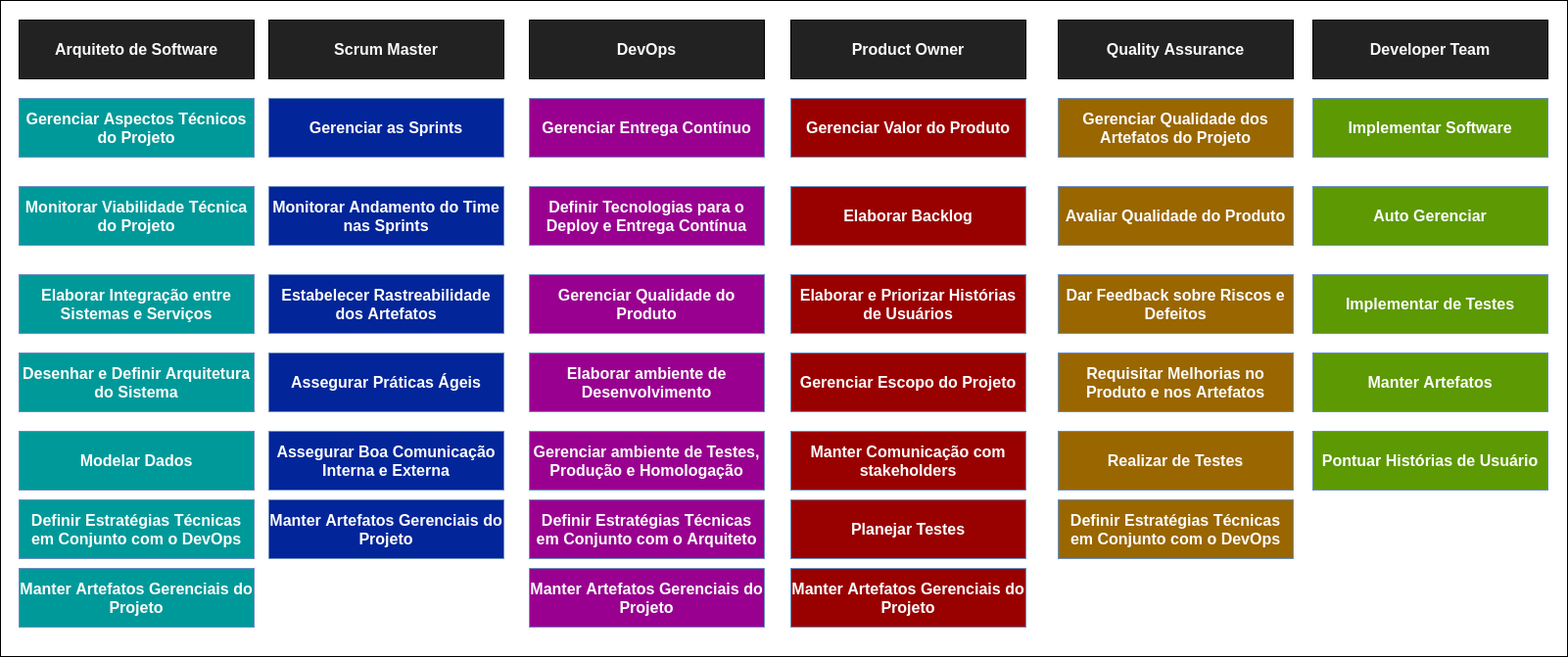
Before: docs/roadmaps/roles/roadmap_roles.png, a diagram exported from draw.io (fga-eps-mds/2020.1-Grupo6). Source tidied: cells renumbered, new cells last; positions are measured from the earlier drawing's top-left corner, leaving out a move shared by most shapes. The source it was exported from:
```xml
<mxGraphModel>
  <root>
    <mxCell id="0" />
    <mxCell id="1" parent="0" />
    <mxCell id="2" style="rounded=0;whiteSpace=wrap;html=1;fontSize=16;fontColor=#FCFCFC;fillColor=#FFFFFF;" parent="1" vertex="1">
      <mxGeometry width="1600" height="670" as="geometry" />
    </mxCell>
    <mxCell id="3" value="Arquiteto de Software" style="rounded=0;whiteSpace=wrap;html=1;fillColor=#222222;fontColor=#FAFAFA;fontStyle=1;fontSize=16;" parent="1" vertex="1">
      <mxGeometry x="19" y="20" width="240" height="60" as="geometry" />
    </mxCell>
    <mxCell id="4" value="Gerenciar Aspectos Técnicos do Projeto" style="rounded=0;whiteSpace=wrap;html=1;fontStyle=1;fontSize=16;strokeColor=#6c8ebf;fillColor=#009999;fontColor=#FCFCFC;" parent="1" vertex="1">
      <mxGeometry x="19" y="100" width="240" height="60" as="geometry" />
    </mxCell>
    <mxCell id="5" value="Monitorar Viabilidade Técnica do Projeto" style="rounded=0;whiteSpace=wrap;html=1;fontStyle=1;fontSize=16;strokeColor=#6c8ebf;fillColor=#009999;fontColor=#FCFCFC;" parent="1" vertex="1">
      <mxGeometry x="19" y="190" width="240" height="60" as="geometry" />
    </mxCell>
    <mxCell id="6" value="Elaborar Integração entre Sistemas e Serviços" style="rounded=0;whiteSpace=wrap;html=1;fontStyle=1;fontSize=16;strokeColor=#6c8ebf;fillColor=#009999;fontColor=#FCFCFC;" parent="1" vertex="1">
      <mxGeometry x="19" y="280" width="240" height="60" as="geometry" />
    </mxCell>
    <mxCell id="7" value="Desenhar e Definir Arquitetura do Sistema" style="rounded=0;whiteSpace=wrap;html=1;fontStyle=1;fontSize=16;strokeColor=#6c8ebf;fillColor=#009999;fontColor=#FCFCFC;" parent="1" vertex="1">
      <mxGeometry x="19" y="360" width="240" height="60" as="geometry" />
    </mxCell>
    <mxCell id="8" value="Definir Estratégias Técnicas em Conjunto com o DevOps" style="rounded=0;whiteSpace=wrap;html=1;fontStyle=1;fontSize=16;strokeColor=#6c8ebf;fillColor=#009999;fontColor=#FCFCFC;" parent="1" vertex="1">
      <mxGeometry x="19" y="510" width="240" height="60" as="geometry" />
    </mxCell>
    <mxCell id="9" value="Scrum Master" style="rounded=0;whiteSpace=wrap;html=1;fillColor=#222222;fontColor=#FAFAFA;fontStyle=1;fontSize=16;" parent="1" vertex="1">
      <mxGeometry x="274" y="20" width="240" height="60" as="geometry" />
    </mxCell>
    <mxCell id="10" value="Gerenciar as Sprints" style="rounded=0;whiteSpace=wrap;html=1;fontStyle=1;fontSize=16;strokeColor=#6c8ebf;fontColor=#FCFCFC;fillColor=#022599;" parent="1" vertex="1">
      <mxGeometry x="274" y="100" width="240" height="60" as="geometry" />
    </mxCell>
    <mxCell id="11" value="Monitorar Andamento do Time nas Sprints" style="rounded=0;whiteSpace=wrap;html=1;fontStyle=1;fontSize=16;strokeColor=#6c8ebf;fontColor=#FCFCFC;fillColor=#022599;" parent="1" vertex="1">
      <mxGeometry x="274" y="190" width="240" height="60" as="geometry" />
    </mxCell>
    <mxCell id="12" value="Estabelecer Rastreabilidade dos Artefatos" style="rounded=0;whiteSpace=wrap;html=1;fontStyle=1;fontSize=16;strokeColor=#6c8ebf;fontColor=#FCFCFC;fillColor=#022599;" parent="1" vertex="1">
      <mxGeometry x="274" y="280" width="240" height="60" as="geometry" />
    </mxCell>
    <mxCell id="13" value="Assegurar Práticas Ágeis" style="rounded=0;whiteSpace=wrap;html=1;fontStyle=1;fontSize=16;strokeColor=#6c8ebf;fontColor=#FCFCFC;fillColor=#022599;" parent="1" vertex="1">
      <mxGeometry x="274" y="360" width="240" height="60" as="geometry" />
    </mxCell>
    <mxCell id="14" value="Assegurar Boa Comunicação Interna e Externa" style="rounded=0;whiteSpace=wrap;html=1;fontStyle=1;fontSize=16;strokeColor=#6c8ebf;fontColor=#FCFCFC;fillColor=#022599;" parent="1" vertex="1">
      <mxGeometry x="274" y="440" width="240" height="60" as="geometry" />
    </mxCell>
    <mxCell id="15" value="Manter Artefatos Gerenciais do Projeto" style="rounded=0;whiteSpace=wrap;html=1;fontStyle=1;fontSize=16;strokeColor=#6c8ebf;fontColor=#FCFCFC;fillColor=#022599;" parent="1" vertex="1">
      <mxGeometry x="274" y="510" width="240" height="60" as="geometry" />
    </mxCell>
    <mxCell id="16" value="DevOps" style="rounded=0;whiteSpace=wrap;html=1;fillColor=#222222;fontColor=#FAFAFA;fontStyle=1;fontSize=16;" parent="1" vertex="1">
      <mxGeometry x="540" y="20" width="240" height="60" as="geometry" />
    </mxCell>
    <mxCell id="17" value="Gerenciar Entrega Contínuo" style="rounded=0;whiteSpace=wrap;html=1;fontStyle=1;fontSize=16;strokeColor=#6c8ebf;fontColor=#FCFCFC;fillColor=#99008F;" parent="1" vertex="1">
      <mxGeometry x="540" y="100" width="240" height="60" as="geometry" />
    </mxCell>
    <mxCell id="18" value="Definir Tecnologias para o Deploy e Entrega Contínua" style="rounded=0;whiteSpace=wrap;html=1;fontStyle=1;fontSize=16;strokeColor=#6c8ebf;fontColor=#FCFCFC;fillColor=#99008F;" parent="1" vertex="1">
      <mxGeometry x="540" y="190" width="240" height="60" as="geometry" />
    </mxCell>
    <mxCell id="19" value="Gerenciar Qualidade do Produto" style="rounded=0;whiteSpace=wrap;html=1;fontStyle=1;fontSize=16;strokeColor=#6c8ebf;fontColor=#FCFCFC;fillColor=#99008F;" parent="1" vertex="1">
      <mxGeometry x="540" y="280" width="240" height="60" as="geometry" />
    </mxCell>
    <mxCell id="20" value="Elaborar ambiente de Desenvolvimento" style="rounded=0;whiteSpace=wrap;html=1;fontStyle=1;fontSize=16;strokeColor=#6c8ebf;fontColor=#FCFCFC;fillColor=#99008F;" parent="1" vertex="1">
      <mxGeometry x="540" y="360" width="240" height="60" as="geometry" />
    </mxCell>
    <mxCell id="21" value="Gerenciar ambiente de Testes, Produção e Homologação" style="rounded=0;whiteSpace=wrap;html=1;fontStyle=1;fontSize=16;strokeColor=#6c8ebf;fontColor=#FCFCFC;fillColor=#99008F;" parent="1" vertex="1">
      <mxGeometry x="540" y="440" width="240" height="60" as="geometry" />
    </mxCell>
    <mxCell id="22" value="Definir Estratégias Técnicas em Conjunto com o Arquiteto" style="rounded=0;whiteSpace=wrap;html=1;fontStyle=1;fontSize=16;strokeColor=#6c8ebf;fontColor=#FCFCFC;fillColor=#99008F;" parent="1" vertex="1">
      <mxGeometry x="540" y="510" width="240" height="60" as="geometry" />
    </mxCell>
    <mxCell id="23" value="Product Owner" style="rounded=0;whiteSpace=wrap;html=1;fillColor=#222222;fontColor=#FAFAFA;fontStyle=1;fontSize=16;" parent="1" vertex="1">
      <mxGeometry x="807" y="20" width="240" height="60" as="geometry" />
    </mxCell>
    <mxCell id="24" value="Elaborar Backlog" style="rounded=0;whiteSpace=wrap;html=1;fontStyle=1;fontSize=16;strokeColor=#6c8ebf;fontColor=#FCFCFC;fillColor=#990000;" parent="1" vertex="1">
      <mxGeometry x="807" y="190" width="240" height="60" as="geometry" />
    </mxCell>
    <mxCell id="25" value="Gerenciar Valor do Produto" style="rounded=0;whiteSpace=wrap;html=1;fontStyle=1;fontSize=16;strokeColor=#6c8ebf;fontColor=#FCFCFC;fillColor=#990000;" parent="1" vertex="1">
      <mxGeometry x="807" y="100" width="240" height="60" as="geometry" />
    </mxCell>
    <mxCell id="26" value="Modelar Dados" style="rounded=0;whiteSpace=wrap;html=1;fontStyle=1;fontSize=16;strokeColor=#6c8ebf;fillColor=#009999;fontColor=#FCFCFC;" parent="1" vertex="1">
      <mxGeometry x="19" y="440" width="240" height="60" as="geometry" />
    </mxCell>
    <mxCell id="27" value="Elaborar e Priorizar Histórias de Usuários" style="rounded=0;whiteSpace=wrap;html=1;fontStyle=1;fontSize=16;strokeColor=#6c8ebf;fontColor=#FCFCFC;fillColor=#990000;" parent="1" vertex="1">
      <mxGeometry x="807" y="280" width="240" height="60" as="geometry" />
    </mxCell>
    <mxCell id="28" value="Gerenciar Escopo do Projeto" style="rounded=0;whiteSpace=wrap;html=1;fontStyle=1;fontSize=16;strokeColor=#6c8ebf;fontColor=#FCFCFC;fillColor=#990000;" parent="1" vertex="1">
      <mxGeometry x="807" y="360" width="240" height="60" as="geometry" />
    </mxCell>
    <mxCell id="29" value="Manter Comunicação com stakeholders" style="rounded=0;whiteSpace=wrap;html=1;fontStyle=1;fontSize=16;strokeColor=#6c8ebf;fontColor=#FCFCFC;fillColor=#990000;" parent="1" vertex="1">
      <mxGeometry x="807" y="440" width="240" height="60" as="geometry" />
    </mxCell>
    <mxCell id="30" value="Planejar Testes" style="rounded=0;whiteSpace=wrap;html=1;fontStyle=1;fontSize=16;strokeColor=#6c8ebf;fontColor=#FCFCFC;fillColor=#990000;" parent="1" vertex="1">
      <mxGeometry x="807" y="510" width="240" height="60" as="geometry" />
    </mxCell>
    <mxCell id="31" value="Manter Artefatos Gerenciais do Projeto" style="rounded=0;whiteSpace=wrap;html=1;fontStyle=1;fontSize=16;strokeColor=#6c8ebf;fontColor=#FCFCFC;fillColor=#99008F;" parent="1" vertex="1">
      <mxGeometry x="540" y="580" width="240" height="60" as="geometry" />
    </mxCell>
    <mxCell id="32" value="Manter Artefatos Gerenciais do Projeto" style="rounded=0;whiteSpace=wrap;html=1;fontStyle=1;fontSize=16;strokeColor=#6c8ebf;fontColor=#FCFCFC;fillColor=#990000;" parent="1" vertex="1">
      <mxGeometry x="807" y="580" width="240" height="60" as="geometry" />
    </mxCell>
    <mxCell id="33" value="Manter Artefatos Gerenciais do Projeto" style="rounded=0;whiteSpace=wrap;html=1;fontStyle=1;fontSize=16;strokeColor=#6c8ebf;fillColor=#009999;fontColor=#FCFCFC;" parent="1" vertex="1">
      <mxGeometry x="19" y="580" width="240" height="60" as="geometry" />
    </mxCell>
    <mxCell id="34" value="Quality Assurance" style="rounded=0;whiteSpace=wrap;html=1;fillColor=#222222;fontColor=#FAFAFA;fontStyle=1;fontSize=16;" parent="1" vertex="1">
      <mxGeometry x="1080" y="20" width="240" height="60" as="geometry" />
    </mxCell>
    <mxCell id="35" value="Gerenciar Qualidade dos Artefatos do Projeto" style="rounded=0;whiteSpace=wrap;html=1;fontStyle=1;fontSize=16;strokeColor=#6c8ebf;fontColor=#FCFCFC;fillColor=#996600;" parent="1" vertex="1">
      <mxGeometry x="1080" y="100" width="240" height="60" as="geometry" />
    </mxCell>
    <mxCell id="36" value="Avaliar Qualidade do Produto" style="rounded=0;whiteSpace=wrap;html=1;fontStyle=1;fontSize=16;strokeColor=#6c8ebf;fontColor=#FCFCFC;fillColor=#996600;" parent="1" vertex="1">
      <mxGeometry x="1080" y="190" width="240" height="60" as="geometry" />
    </mxCell>
    <mxCell id="37" value="Dar Feedback sobre Riscos e Defeitos" style="rounded=0;whiteSpace=wrap;html=1;fontStyle=1;fontSize=16;strokeColor=#6c8ebf;fontColor=#FCFCFC;fillColor=#996600;" parent="1" vertex="1">
      <mxGeometry x="1080" y="280" width="240" height="60" as="geometry" />
    </mxCell>
    <mxCell id="38" value="Requisitar Melhorias no Produto e nos Artefatos" style="rounded=0;whiteSpace=wrap;html=1;fontStyle=1;fontSize=16;strokeColor=#6c8ebf;fontColor=#FCFCFC;fillColor=#996600;" parent="1" vertex="1">
      <mxGeometry x="1080" y="360" width="240" height="60" as="geometry" />
    </mxCell>
    <mxCell id="39" value="Realizar de Testes" style="rounded=0;whiteSpace=wrap;html=1;fontStyle=1;fontSize=16;strokeColor=#6c8ebf;fontColor=#FCFCFC;fillColor=#996600;" parent="1" vertex="1">
      <mxGeometry x="1080" y="440" width="240" height="60" as="geometry" />
    </mxCell>
    <mxCell id="40" value="Definir Estratégias Técnicas em Conjunto com o DevOps" style="rounded=0;whiteSpace=wrap;html=1;fontStyle=1;fontSize=16;strokeColor=#6c8ebf;fontColor=#FCFCFC;fillColor=#996600;" parent="1" vertex="1">
      <mxGeometry x="1080" y="510" width="240" height="60" as="geometry" />
    </mxCell>
    <mxCell id="41" value="Developer Team" style="rounded=0;whiteSpace=wrap;html=1;fillColor=#222222;fontColor=#FAFAFA;fontStyle=1;fontSize=16;" parent="1" vertex="1">
      <mxGeometry x="1340" y="20" width="240" height="60" as="geometry" />
    </mxCell>
    <mxCell id="42" value="Implementar Software" style="rounded=0;whiteSpace=wrap;html=1;fontStyle=1;fontSize=16;strokeColor=#6c8ebf;fontColor=#FCFCFC;fillColor=#5C9902;" parent="1" vertex="1">
      <mxGeometry x="1340" y="100" width="240" height="60" as="geometry" />
    </mxCell>
    <mxCell id="43" value="Auto Gerenciar" style="rounded=0;whiteSpace=wrap;html=1;fontStyle=1;fontSize=16;strokeColor=#6c8ebf;fontColor=#FCFCFC;fillColor=#5C9902;" parent="1" vertex="1">
      <mxGeometry x="1340" y="190" width="240" height="60" as="geometry" />
    </mxCell>
    <mxCell id="44" value="Implementar de Testes" style="rounded=0;whiteSpace=wrap;html=1;fontStyle=1;fontSize=16;strokeColor=#6c8ebf;fontColor=#FCFCFC;fillColor=#5C9902;" parent="1" vertex="1">
      <mxGeometry x="1340" y="280" width="240" height="60" as="geometry" />
    </mxCell>
    <mxCell id="45" value="Manter Artefatos" style="rounded=0;whiteSpace=wrap;html=1;fontStyle=1;fontSize=16;strokeColor=#6c8ebf;fontColor=#FCFCFC;fillColor=#5C9902;" parent="1" vertex="1">
      <mxGeometry x="1340" y="360" width="240" height="60" as="geometry" />
    </mxCell>
    <mxCell id="46" value="Pontuar Histórias de Usuário" style="rounded=0;whiteSpace=wrap;html=1;fontStyle=1;fontSize=16;strokeColor=#6c8ebf;fontColor=#FCFCFC;fillColor=#5C9902;" parent="1" vertex="1">
      <mxGeometry x="1340" y="440" width="240" height="60" as="geometry" />
    </mxCell>
  </root>
</mxGraphModel>
```
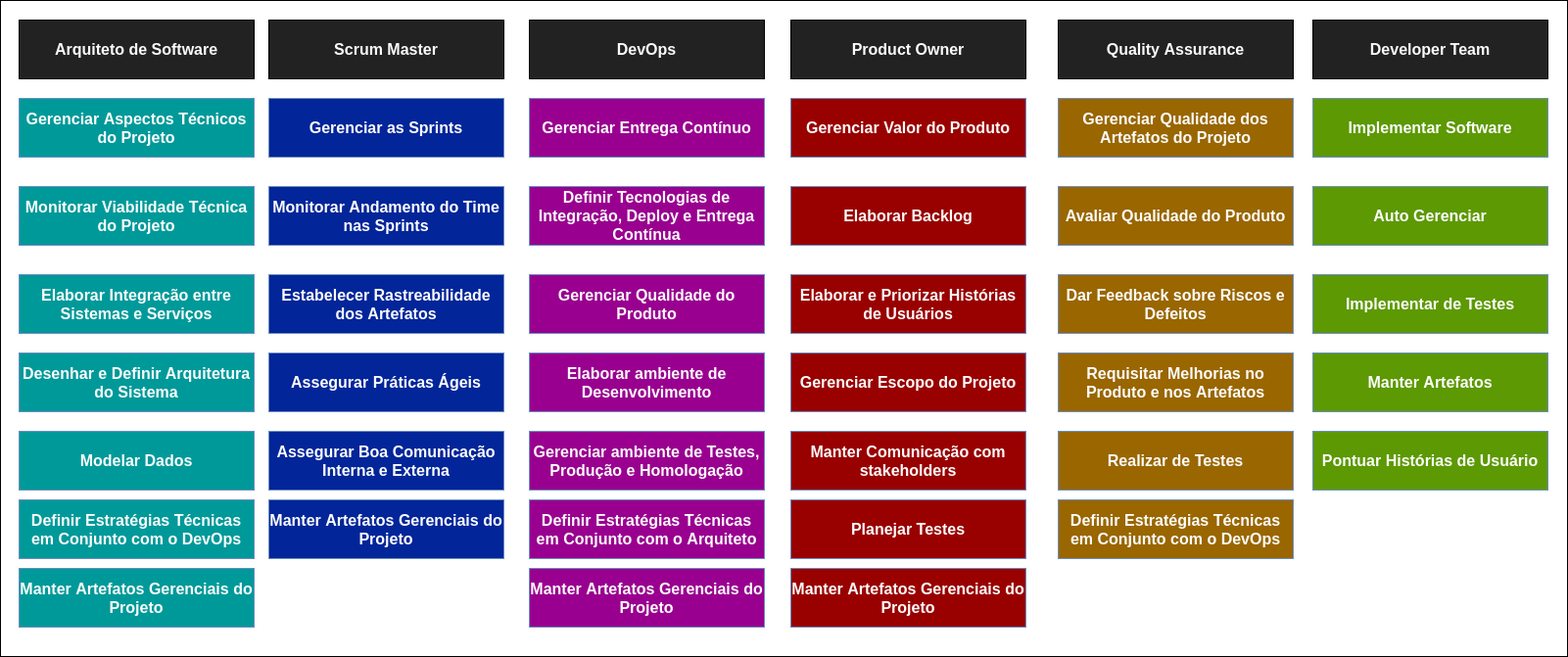
Above is the later version.

Change to the diagram source:
```diff
@@ -50,7 +50,7 @@
     <mxCell id="17" value="Gerenciar Entrega Contínuo" style="rounded=0;whiteSpace=wrap;html=1;fontStyle=1;fontSize=16;strokeColor=#6c8ebf;fontColor=#FCFCFC;fillColor=#99008F;" parent="1" vertex="1">
       <mxGeometry x="540" y="100" width="240" height="60" as="geometry" />
     </mxCell>
-    <mxCell id="18" value="Definir Tecnologias para o Deploy e Entrega Contínua" style="rounded=0;whiteSpace=wrap;html=1;fontStyle=1;fontSize=16;strokeColor=#6c8ebf;fontColor=#FCFCFC;fillColor=#99008F;" parent="1" vertex="1">
+    <mxCell id="18" value="Definir Tecnologias de Integração, Deploy e Entrega Contínua" style="rounded=0;whiteSpace=wrap;html=1;fontStyle=1;fontSize=16;strokeColor=#6c8ebf;fontColor=#FCFCFC;fillColor=#99008F;" parent="1" vertex="1">
       <mxGeometry x="540" y="190" width="240" height="60" as="geometry" />
     </mxCell>
     <mxCell id="19" value="Gerenciar Qualidade do Produto" style="rounded=0;whiteSpace=wrap;html=1;fontStyle=1;fontSize=16;strokeColor=#6c8ebf;fontColor=#FCFCFC;fillColor=#99008F;" parent="1" vertex="1">
```
